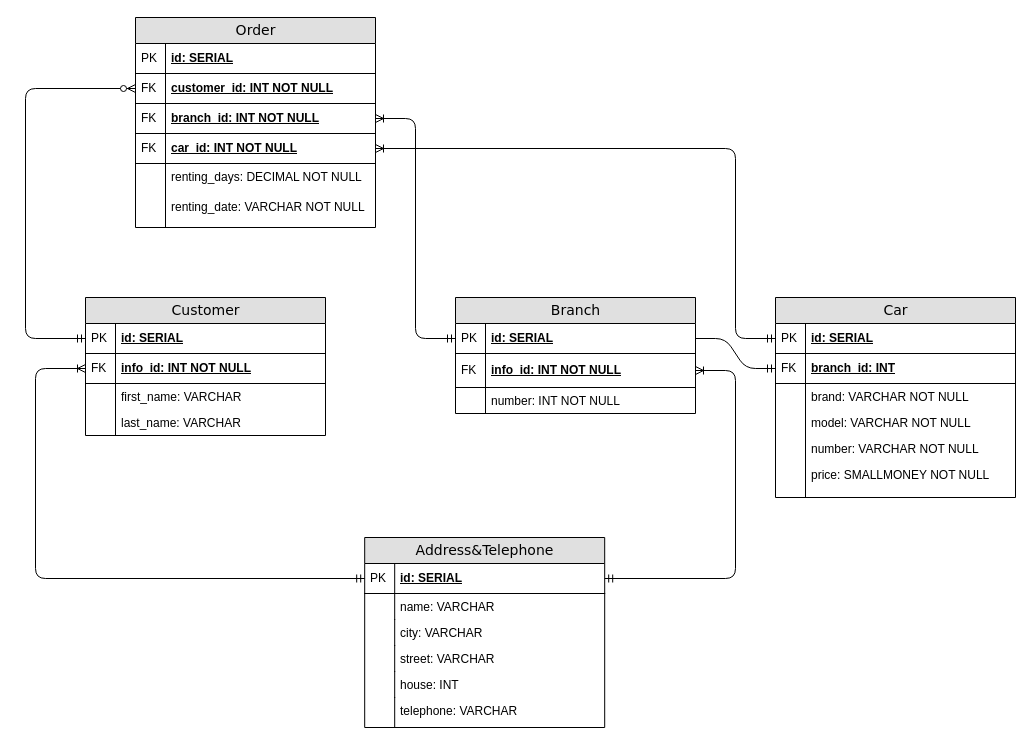
Before: databases/car-branches/3NF.drawio in banchinche/python-education, a draw.io diagram. Source tidied: cells renumbered, new cells numbered last; positions are measured from the earlier drawing's top-left corner, leaving out a move shared by most shapes. Both pictures are drawn from the tidied source at 100%, with x=0, y=0 at pixel (25, 17).
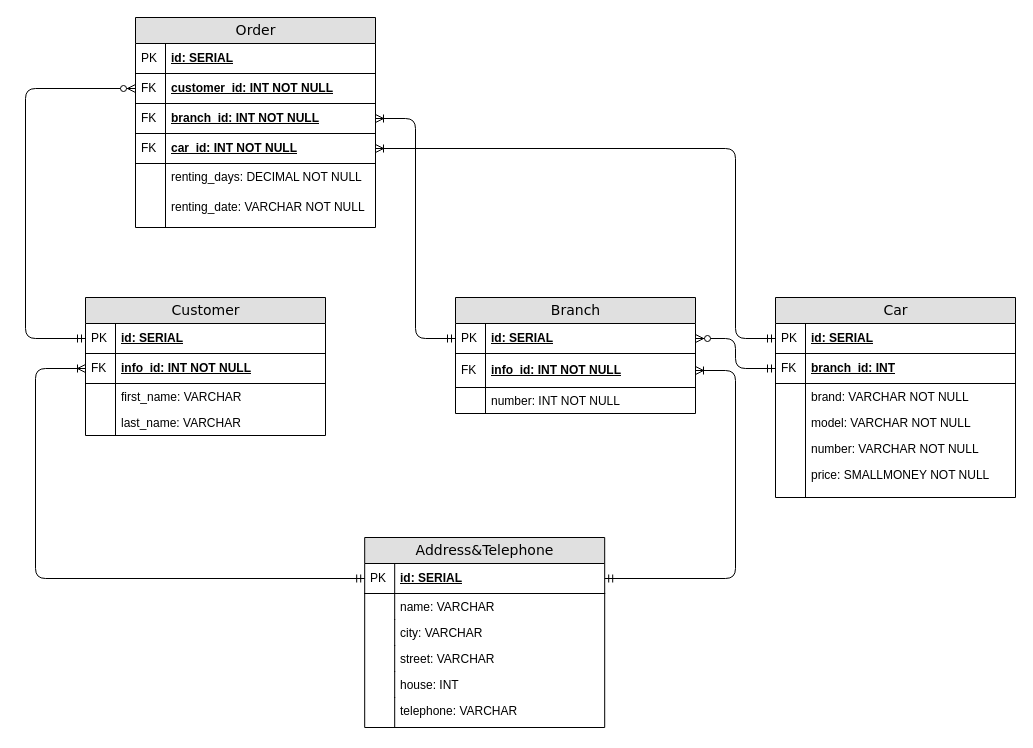
Above is the later version.

Commit message:
Fixed branch relation to car entity

Unchanged cells that the change refers to:
```xml
<mxCell id="3" value="id: SERIAL" style="shape=partialRectangle;top=0;left=0;right=0;bottom=1;html=1;align=left;verticalAlign=middle;fillColor=none;spacingLeft=34;spacingRight=4;whiteSpace=wrap;overflow=hidden;points=[[0,0.5],[1,0.5]];portConstraint=eastwest;fontStyle=5;" parent="2" vertex="1">
  <mxGeometry y="26" width="240" height="30" as="geometry" />
</mxCell>
<mxCell id="12" value="branch_id: INT" style="shape=partialRectangle;top=0;left=0;right=0;bottom=1;html=1;align=left;verticalAlign=middle;fillColor=none;spacingLeft=34;spacingRight=4;whiteSpace=wrap;overflow=hidden;points=[[0,0.5],[1,0.5]];portConstraint=eastwest;fontStyle=5;" parent="9" vertex="1">
  <mxGeometry y="56" width="240" height="30" as="geometry" />
</mxCell>
```

Diff of the diagram source:
```diff
@@
-    <mxCell id="62" style="edgeStyle=entityRelationEdgeStyle;fontSize=12;html=1;endArrow=ERmandOne;exitX=1;exitY=0.5;exitDx=0;exitDy=0;entryX=0;entryY=0.5;entryDx=0;entryDy=0;" parent="1" edge="1" source="3" target="12">
-      <mxGeometry relative="1" as="geometry" />
-    </mxCell>
+    <mxCell id="63" style="edgeStyle=orthogonalEdgeStyle;fontSize=12;html=1;endArrow=ERzeroToMany;startArrow=ERmandOne;exitX=0;exitY=0.5;exitDx=0;exitDy=0;entryX=1;entryY=0.5;entryDx=0;entryDy=0;" parent="1" edge="1" source="12" target="3">
+      <mxGeometry relative="1" as="geometry" />
+    </mxCell>
```
